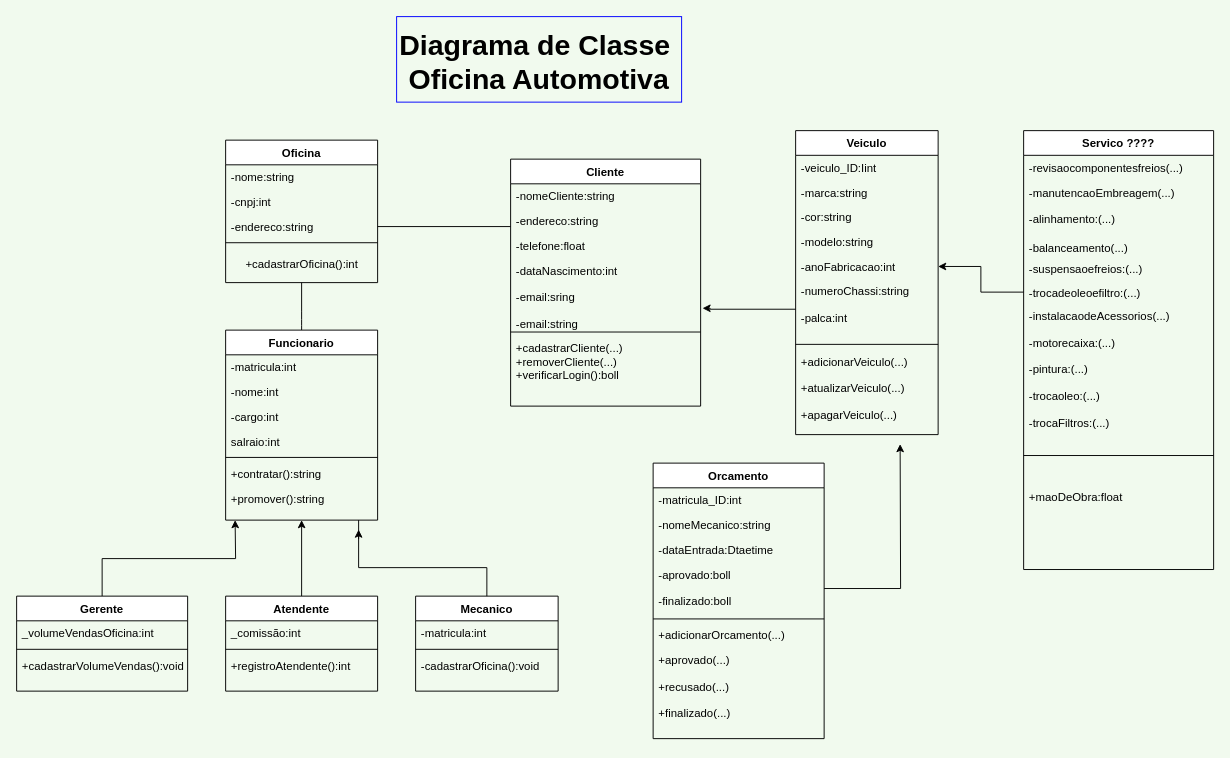
Earlier version of the draw.io diagram diagrama CRM Automotivo.drawio (Jcblustosa/crm-auto). Source tidied: cells renumbered, new cells numbered last; positions are measured from the earlier drawing's top-left corner, leaving out a move shared by most shapes. Both pictures are drawn from the tidied source at 95%, with x=0, y=0 at pixel (16, 16).
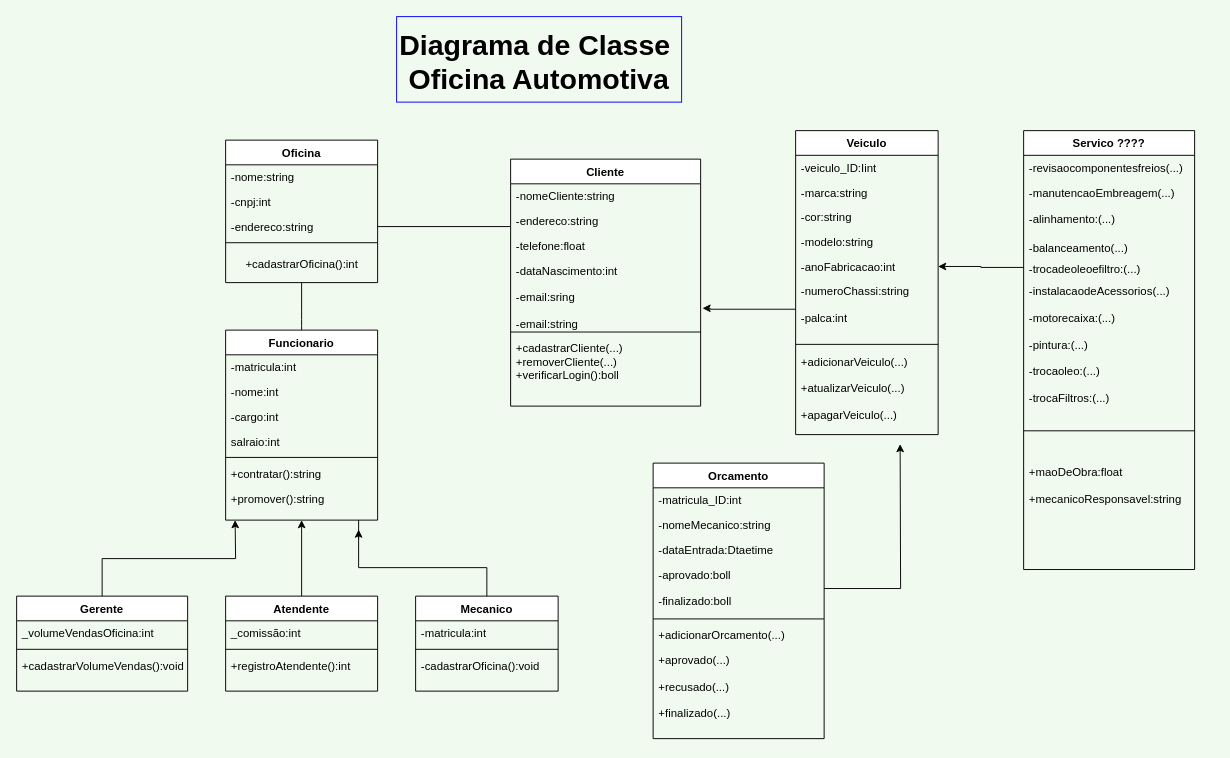
The same page after the edit.

The edit, as a diff of the source:
```diff
@@
     <mxCell id="58" value="Servico ????" style="swimlane;fontStyle=1;align=center;verticalAlign=top;horizontal=1;startSize=26;rounded=0;shadow=0;strokeWidth=1;" parent="1" vertex="1">
-      <mxGeometry x="1060" y="120" width="200" height="462" as="geometry" />
+      <mxGeometry x="1060" y="120" width="180" height="462" as="geometry" />
     </mxCell>
     <mxCell id="59" value="-revisaocomponentesfreios(...)" style="text;align=left;verticalAlign=top;spacingLeft=4;spacingRight=4;overflow=hidden;" parent="58" vertex="1">
-      <mxGeometry y="26" width="200" height="26" as="geometry" />
+      <mxGeometry y="26" width="180" height="26" as="geometry" />
     </mxCell>
     <mxCell id="60" value="-manutencaoEmbreagem(...)&#10;&#10;-alinhamento:(...)" style="text;align=left;verticalAlign=top;spacingLeft=4;spacingRight=4;overflow=hidden;rounded=0;shadow=0;html=0;" parent="58" vertex="1">
-      <mxGeometry y="52" width="200" height="58" as="geometry" />
+      <mxGeometry y="52" width="180" height="58" as="geometry" />
     </mxCell>
     <mxCell id="61" value="-balanceamento(...)" style="text;align=left;verticalAlign=top;spacingLeft=4;spacingRight=4;overflow=hidden;rounded=0;shadow=0;html=0;" parent="58" vertex="1">
-      <mxGeometry y="110" width="200" height="22" as="geometry" />
+      <mxGeometry y="110" width="180" height="22" as="geometry" />
     </mxCell>
-    <mxCell id="62" value="-suspensaoefreios:(...)" style="text;align=left;verticalAlign=top;spacingLeft=4;spacingRight=4;overflow=hidden;rounded=0;shadow=0;html=0;textDirection=ltr;" parent="58" vertex="1">
-      <mxGeometry y="132" width="200" height="26" as="geometry" />
-    </mxCell>
     <mxCell id="63" value="-trocadeoleoefiltro:(...)" style="text;align=left;verticalAlign=top;spacingLeft=4;spacingRight=4;overflow=hidden;points=[[0,0.5],[1,0.5]];portConstraint=eastwest;" parent="58" vertex="1">
-      <mxGeometry y="158" width="200" height="24" as="geometry" />
+      <mxGeometry y="132" width="180" height="24" as="geometry" />
     </mxCell>
     <mxCell id="64" value="-instalacaodeAcessorios(...)&#10;&#10;-motorecaixa:(...)&#10;&#10;-pintura:(...)&#10;&#10;-trocaoleo:(...)&#10;&#10;-trocaFiltros:(...)" style="text;align=left;verticalAlign=top;spacingLeft=4;spacingRight=4;overflow=hidden;" parent="58" vertex="1">
-      <mxGeometry y="182" width="200" height="130" as="geometry" />
+      <mxGeometry y="156" width="180" height="130" as="geometry" />
     </mxCell>
     <mxCell id="65" style="line;html=1;strokeWidth=1;align=left;verticalAlign=middle;spacingTop=-1;spacingLeft=3;spacingRight=3;labelPosition=right;" parent="58" vertex="1">
-      <mxGeometry y="312" width="200" height="60" as="geometry" />
+      <mxGeometry y="286" width="180" height="60" as="geometry" />
     </mxCell>
-    <mxCell id="66" value="+maoDeObra:float&#10;" style="text;align=left;verticalAlign=top;spacingLeft=4;spacingRight=4;overflow=hidden;" parent="58" vertex="1">
-      <mxGeometry y="372" width="200" height="80" as="geometry" />
+    <mxCell id="66" value="+maoDeObra:float&#10;                                              &#10;+mecanicoResponsavel:string" style="text;align=left;verticalAlign=top;spacingLeft=4;spacingRight=4;overflow=hidden;" parent="58" vertex="1">
+      <mxGeometry y="346" width="180" height="44" as="geometry" />
     </mxCell>
```
